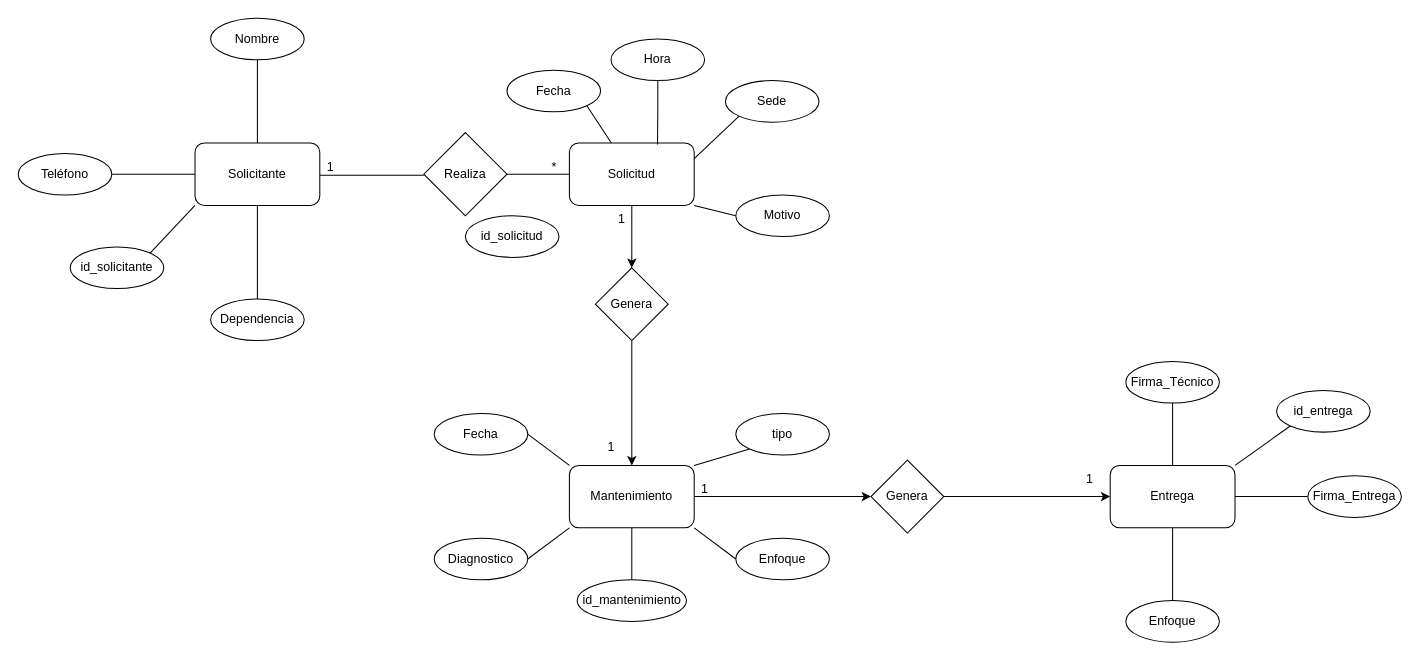
Above: E-R Model Software and hardware maintenance.drawio in DevKike/maintenance_management_system (draw.io), before the change. Source tidied: cells renumbered, new cells numbered last; positions are measured from the earlier drawing's top-left corner, leaving out a move shared by most shapes. Both pictures are drawn from the tidied source at 104%, with x=0, y=0 at pixel (18, 18).
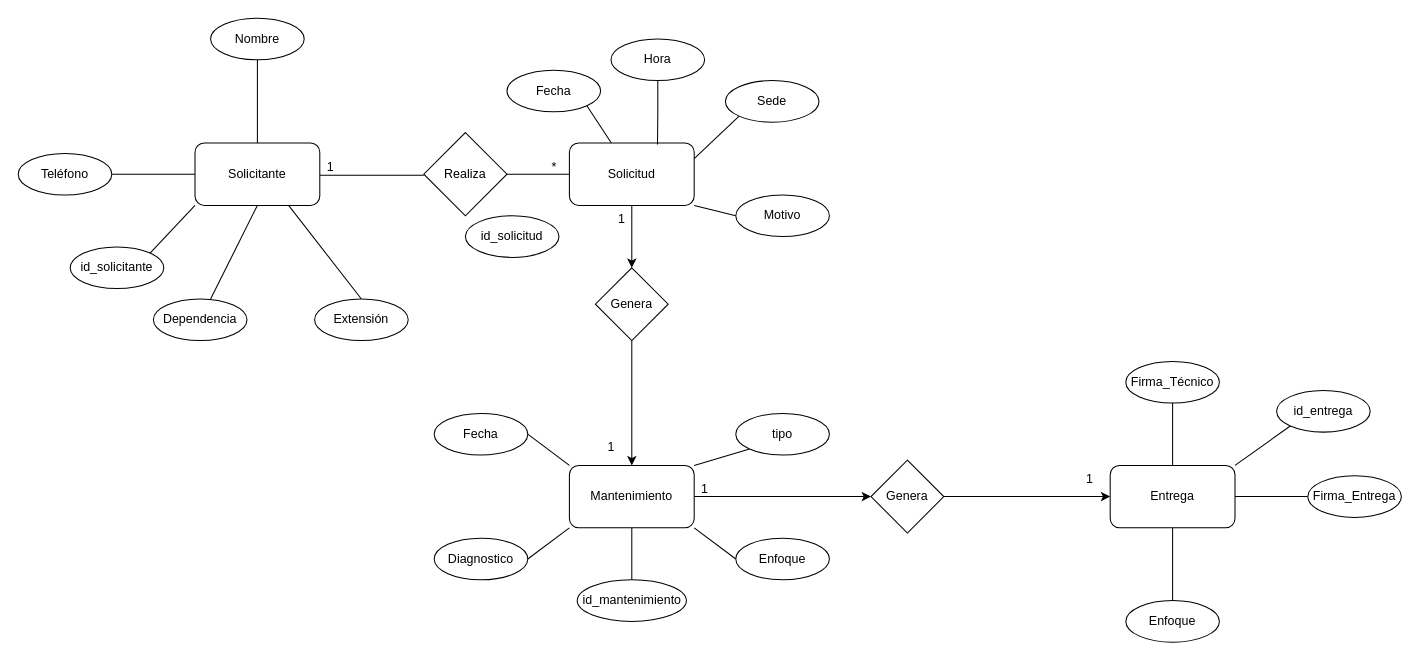
The same page after the edit.

Commit message:
Feat: add extension attribute

The change refers to these unchanged cells:
```xml
<mxCell id="4" value="Solicitante" style="rounded=1;whiteSpace=wrap;html=1;" parent="1" vertex="1">
  <mxGeometry x="170" y="120" width="120" height="60" as="geometry" />
</mxCell>
```

Change to the diagram source:
```diff
@@
+    <mxCell id="56" style="rounded=0;jettySize=auto;html=1;exitX=0.75;exitY=1;exitDx=0;exitDy=0;entryX=0.5;entryY=0;entryDx=0;entryDy=0;endArrow=none;endFill=0;" parent="1" edge="1" source="4" target="57">
+      <mxGeometry relative="1" as="geometry" />
+    </mxCell>
@@
     <mxCell id="17" value="Dependencia" style="ellipse;whiteSpace=wrap;html=1;" parent="1" vertex="1">
-      <mxGeometry x="185" y="270" width="90" height="40" as="geometry" />
+      <mxGeometry x="130" y="270" width="90" height="40" as="geometry" />
     </mxCell>
@@
+    <mxCell id="57" value="Extensión" style="ellipse;whiteSpace=wrap;html=1;" parent="1" vertex="1">
+      <mxGeometry x="285" y="270" width="90" height="40" as="geometry" />
+    </mxCell>
```
